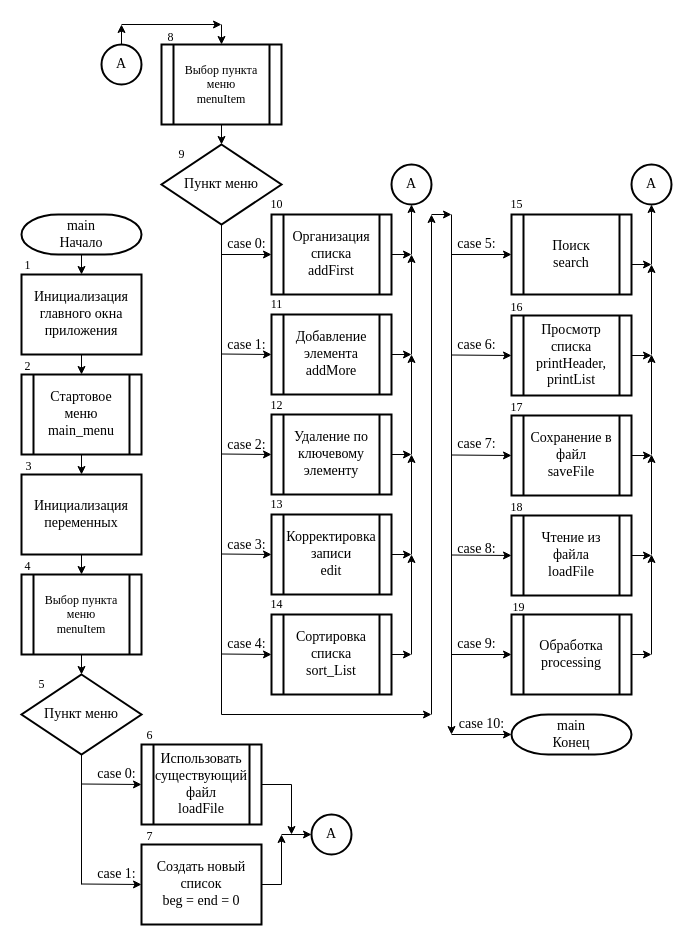
Earlier version of the draw.io diagram page "main" (1 of 12) of Структурные схемы для КП.drawio (noidoRG/my-draw.io). Source tidied: cells renumbered, new cells numbered last; positions are measured from the earlier drawing's top-left corner, leaving out a move shared by most shapes. Both pictures are drawn from the tidied source at 100%, with x=0, y=0 at pixel (17, 24).
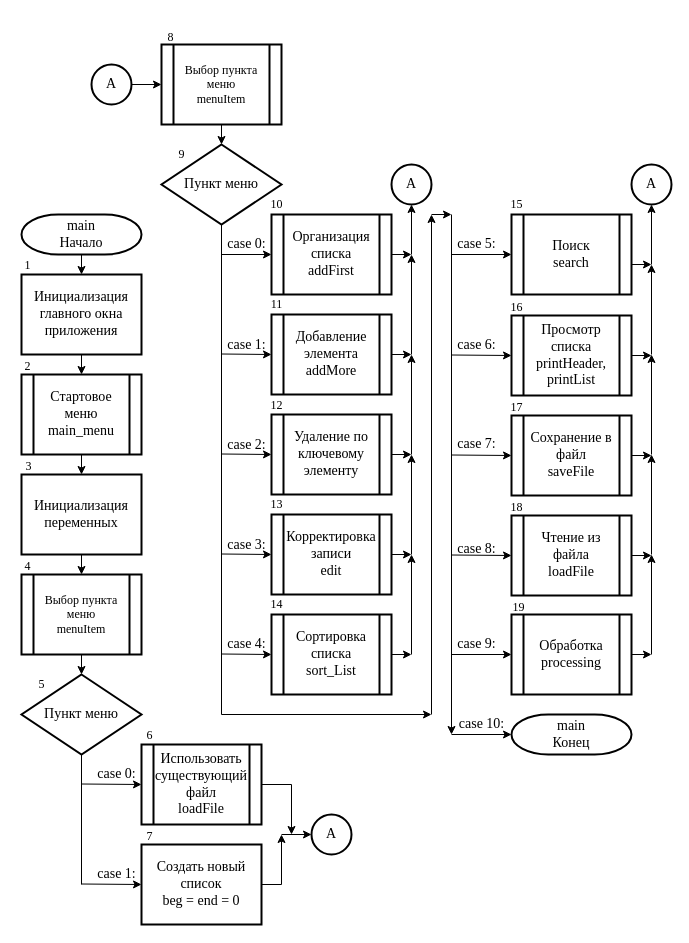
The same page after the edit.

Unchanged cells that the change refers to:
```xml
<mxCell id="21" value="Выбор пункта меню&lt;br&gt;menuItem" style="shape=process;whiteSpace=wrap;html=1;backgroundOutline=1;strokeWidth=2;fontFamily=Times New Roman;fontSize=12;align=center;" parent="1" vertex="1">
  <mxGeometry x="144" y="20" width="120" height="80" as="geometry" />
</mxCell>
```

Change to the diagram source:
```diff
@@
     <mxCell id="41" value="А" style="ellipse;whiteSpace=wrap;html=1;strokeWidth=2;fontFamily=Times New Roman;fontSize=14;" parent="1" vertex="1">
-      <mxGeometry x="84" y="20" width="40" height="40" as="geometry" />
+      <mxGeometry x="74" y="40" width="40" height="40" as="geometry" />
     </mxCell>
-    <mxCell id="42" style="endArrow=classic;html=1;rounded=0;fontFamily=Times New Roman;fontSize=14;entryX=0.5;entryY=0;entryDx=0;entryDy=0;" parent="1" edge="1" target="21">
-      <mxGeometry relative="1" as="geometry">
-        <mxPoint x="204" as="sourcePoint" />
-      </mxGeometry>
-    </mxCell>
@@
-    <mxCell id="77" style="endArrow=classic;html=1;rounded=0;fontFamily=Times New Roman;fontSize=14;" parent="1" edge="1">
-      <mxGeometry relative="1" as="geometry">
-        <mxPoint x="104" as="sourcePoint" />
-        <mxPoint x="204" as="targetPoint" />
-      </mxGeometry>
+    <mxCell id="77" style="endArrow=classic;html=1;rounded=0;fontFamily=Times New Roman;fontSize=14;exitX=1;exitY=0.5;exitDx=0;exitDy=0;entryX=0;entryY=0.5;entryDx=0;entryDy=0;" parent="1" edge="1" source="41" target="21">
+      <mxGeometry relative="1" as="geometry" />
     </mxCell>
-    <mxCell id="78" style="endArrow=classic;html=1;rounded=0;fontFamily=Times New Roman;fontSize=14;" parent="1" edge="1">
-      <mxGeometry relative="1" as="geometry">
-        <mxPoint x="104" y="20" as="sourcePoint" />
-        <mxPoint x="104" as="targetPoint" />
-      </mxGeometry>
-    </mxCell>
```
